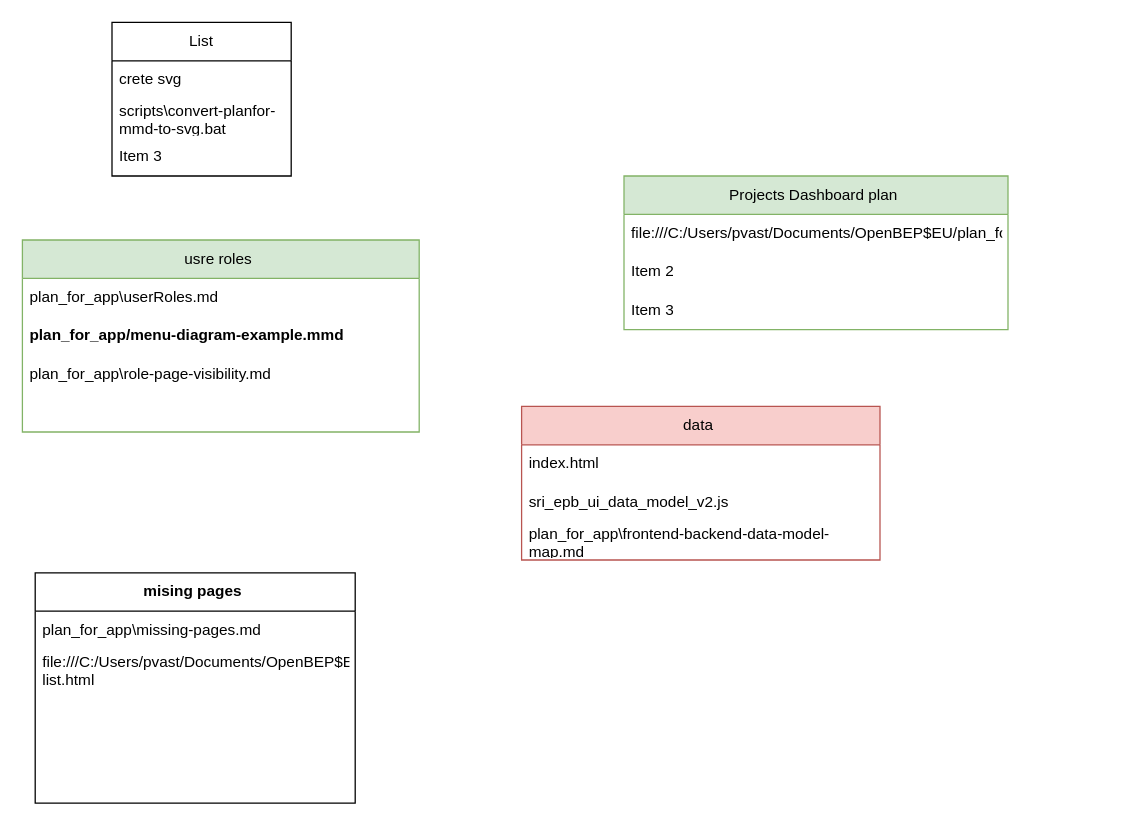
The draw.io diagram plan_for_app/plan.drawio in pantazis/-building-performance-app, before the edit. Source tidied: cells renumbered, new cells numbered last; positions are measured from the earlier drawing's top-left corner, leaving out a move shared by most shapes. Both pictures are drawn from the tidied source at 128%, with x=0, y=0 at pixel (22, 22).
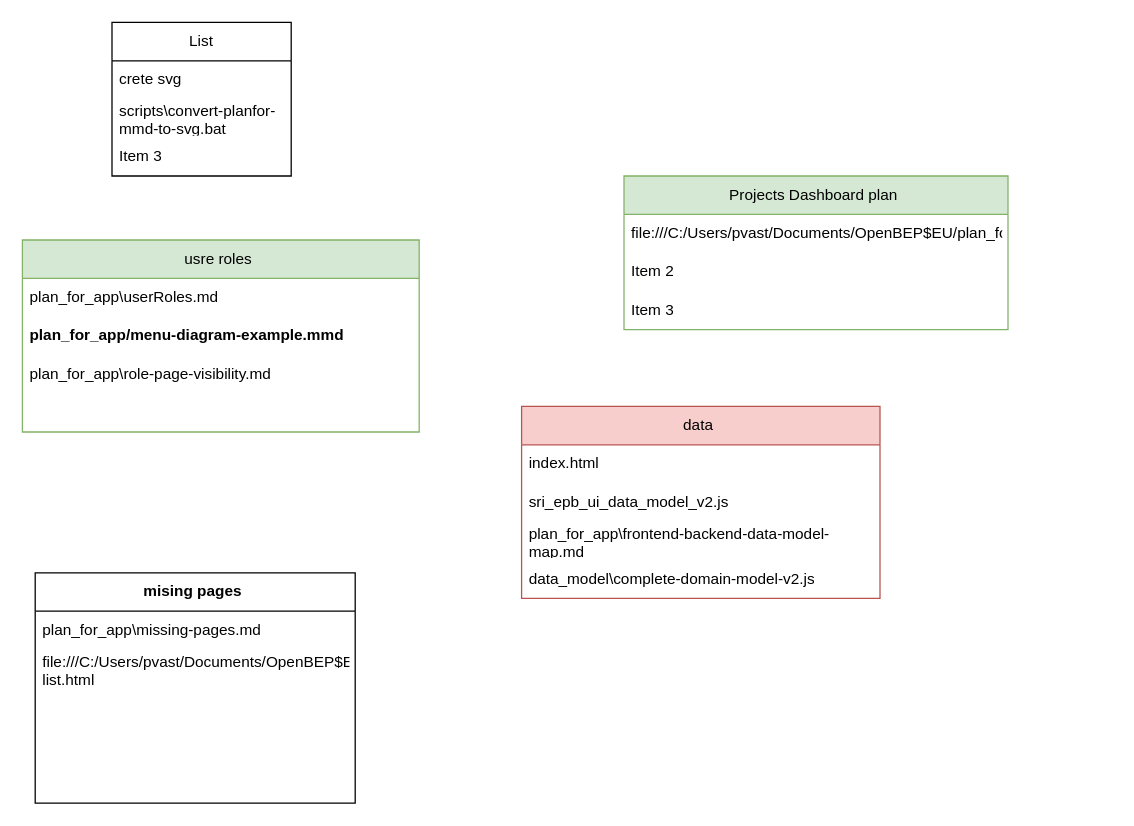
The same page after the edit.

The edit, as a diff of the source:
```diff
@@
     <mxCell id="2" value="data&amp;nbsp;" style="swimlane;fontStyle=0;horizontal=1;startSize=30;whiteSpace=wrap;html=1;fillColor=#f8cecc;strokeColor=#b85450;" parent="1" vertex="1">
-      <mxGeometry x="390" y="300" width="280" height="120" as="geometry" />
+      <mxGeometry x="390" y="300" width="280" height="150" as="geometry" />
     </mxCell>
@@
+    <mxCell id="25" value="data_model\complete-domain-model-v2.js" style="text;strokeColor=none;fillColor=none;align=left;verticalAlign=middle;spacingLeft=4;spacingRight=4;overflow=hidden;whiteSpace=wrap;html=1;" parent="2" vertex="1">
+      <mxGeometry y="120" width="280" height="30" as="geometry" />
+    </mxCell>
```
